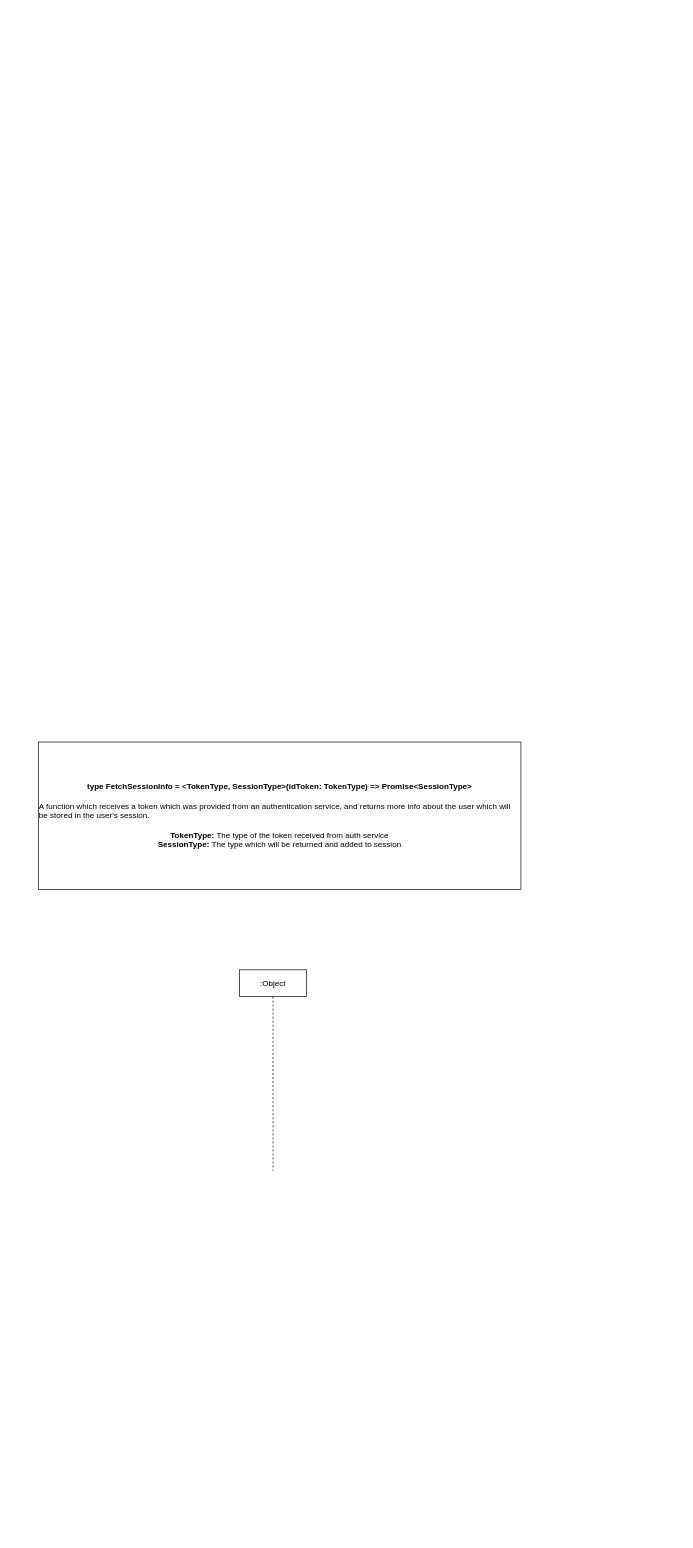
Above: AuthProxyRefactor.drawio in nthurow/draw-io (draw.io), before the change. Source tidied: cells renumbered, new cells numbered last; positions are measured from the earlier drawing's top-left corner, leaving out a move shared by most shapes. Both pictures are drawn from the tidied source at 67%, with x=0, y=0 at pixel (38, 742).
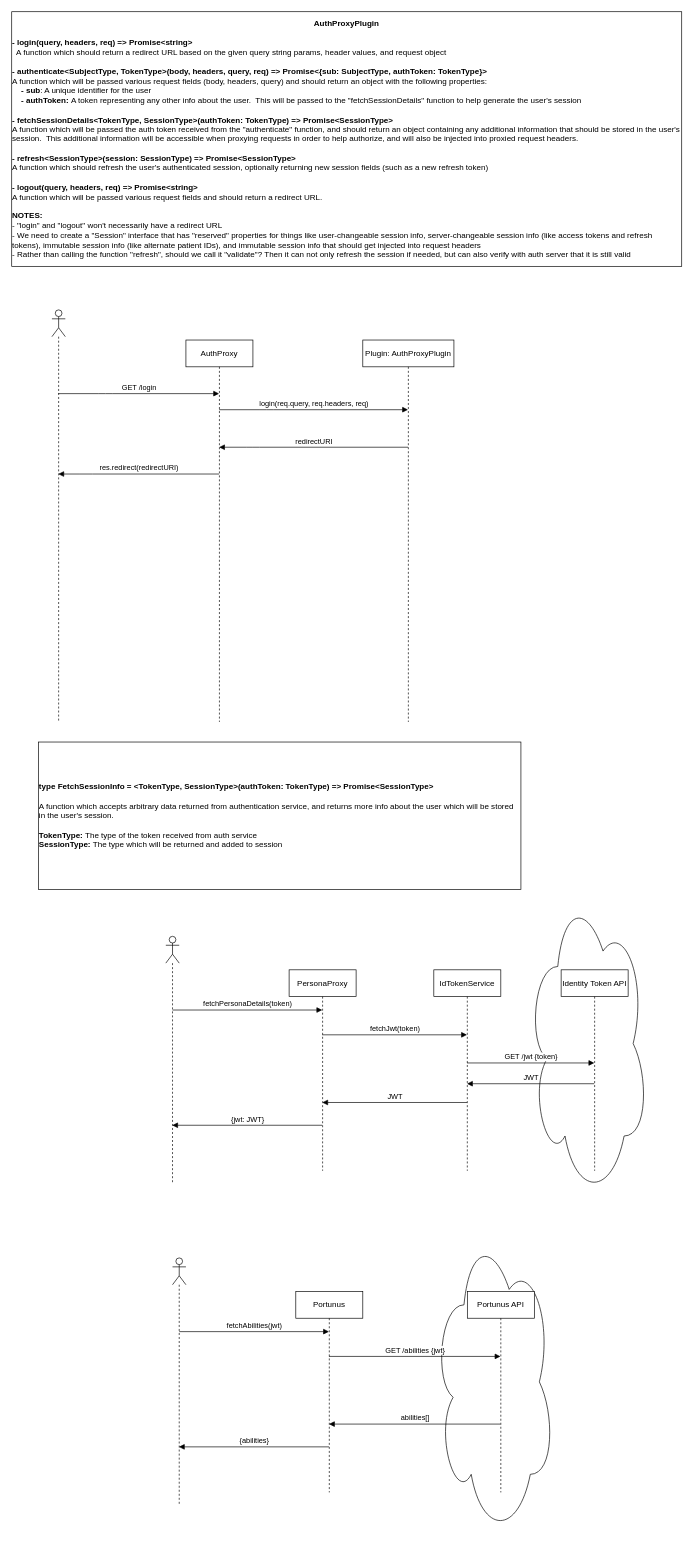
Above is the later version.

What changed in the source:
```diff
@@
+    <mxCell id="4" style="ellipse;shape=cloud;whiteSpace=wrap;html=1;" parent="1" vertex="1">
+      <mxGeometry x="590" y="725" width="180" height="460" as="geometry" />
+    </mxCell>
+    <mxCell id="5" style="ellipse;shape=cloud;whiteSpace=wrap;html=1;" parent="1" vertex="1">
+      <mxGeometry x="730" y="220" width="180" height="460" as="geometry" />
+    </mxCell>
-    <mxCell id="2" value=":Object" style="shape=umlLifeline;perimeter=lifelinePerimeter;whiteSpace=wrap;html=1;outlineConnect=0;" parent="1" vertex="1">
-      <mxGeometry x="300" y="340" width="100" height="300" as="geometry" />
+    <mxCell id="2" value="PersonaProxy" style="shape=umlLifeline;perimeter=lifelinePerimeter;whiteSpace=wrap;html=1;outlineConnect=0;" parent="1" vertex="1">
+      <mxGeometry x="374" y="340" width="100" height="300" as="geometry" />
     </mxCell>
-    <mxCell id="3" value="&lt;b&gt;type FetchSessionInfo = &amp;lt;TokenType, SessionType&amp;gt;(idToken: TokenType) =&amp;gt; Promise&amp;lt;SessionType&amp;gt;&lt;br&gt;&lt;/b&gt;&lt;br&gt;&lt;div style=&quot;text-align: left&quot;&gt;A function which receives a token which was provided from an authentication service, and returns more info about the user which will be stored in the user's session.&lt;/div&gt;&lt;br&gt;&lt;b&gt;TokenType:&lt;/b&gt;&amp;nbsp;The type of the token received from auth service&lt;br&gt;&lt;b&gt;SessionType:&lt;/b&gt;&amp;nbsp;The type which will be returned and added to session" style="rounded=0;whiteSpace=wrap;html=1;" parent="1" vertex="1">
+    <mxCell id="3" value="&lt;div style=&quot;text-align: left&quot;&gt;&lt;b&gt;type FetchSessionInfo = &amp;lt;TokenType, SessionType&amp;gt;(authToken: TokenType) =&amp;gt; Promise&amp;lt;SessionType&amp;gt;&lt;/b&gt;&lt;/div&gt;&lt;br&gt;&lt;div style=&quot;text-align: left&quot;&gt;A function which accepts arbitrary data returned from authentication service, and returns more info about the user which will be stored in the user's session.&lt;/div&gt;&lt;br&gt;&lt;div style=&quot;text-align: left&quot;&gt;&lt;b&gt;TokenType:&lt;/b&gt;&lt;span&gt;&amp;nbsp;The type of the token received from auth service&lt;/span&gt;&lt;/div&gt;&lt;b&gt;&lt;div style=&quot;text-align: left&quot;&gt;&lt;b&gt;SessionType:&lt;/b&gt;&lt;span style=&quot;font-weight: normal&quot;&gt;&amp;nbsp;The type which will be returned and added to session&lt;/span&gt;&lt;/div&gt;&lt;/b&gt;" style="rounded=0;whiteSpace=wrap;html=1;" parent="1" vertex="1">
       <mxGeometry width="720" height="220" as="geometry" />
     </mxCell>
+    <mxCell id="6" style="shape=umlLifeline;participant=umlActor;perimeter=lifelinePerimeter;whiteSpace=wrap;html=1;verticalAlign=top;spacingTop=36;" parent="1" vertex="1">
+      <mxGeometry x="190" y="290" width="20" height="370" as="geometry" />
+    </mxCell>
+    <mxCell id="7" value="fetchPersonaDetails(token)" style="html=1;verticalAlign=bottom;endArrow=block;" parent="6" edge="1" target="2">
+      <mxGeometry relative="1" as="geometry">
+        <mxPoint x="10" y="110" as="sourcePoint" />
+      </mxGeometry>
+    </mxCell>
+    <mxCell id="8" value="IdTokenService" style="shape=umlLifeline;perimeter=lifelinePerimeter;whiteSpace=wrap;html=1;" parent="1" vertex="1">
+      <mxGeometry x="590" y="340" width="100" height="300" as="geometry" />
+    </mxCell>
+    <mxCell id="9" value="fetchJwt(token)" style="html=1;verticalAlign=bottom;endArrow=block;" parent="1" edge="1">
+      <mxGeometry relative="1" as="geometry">
+        <mxPoint x="423.5" y="437" as="sourcePoint" />
+        <mxPoint x="639.5" y="437" as="targetPoint" />
+      </mxGeometry>
+    </mxCell>
+    <mxCell id="10" value="Identity Token API" style="shape=umlLifeline;perimeter=lifelinePerimeter;whiteSpace=wrap;html=1;" parent="1" vertex="1">
+      <mxGeometry x="780" y="340" width="100" height="300" as="geometry" />
+    </mxCell>
+    <mxCell id="11" value="GET /jwt {token}" style="html=1;verticalAlign=bottom;endArrow=block;" parent="1" edge="1">
+      <mxGeometry relative="1" as="geometry">
+        <mxPoint x="639.5" y="479" as="sourcePoint" />
+        <mxPoint x="829.5" y="479" as="targetPoint" />
+      </mxGeometry>
+    </mxCell>
+    <mxCell id="12" value="JWT" style="html=1;verticalAlign=bottom;endArrow=block;" parent="1" edge="1">
+      <mxGeometry relative="1" as="geometry">
+        <mxPoint x="829.5" y="510" as="sourcePoint" />
+        <mxPoint x="639.5" y="510" as="targetPoint" />
+      </mxGeometry>
+    </mxCell>
+    <mxCell id="13" value="JWT" style="html=1;verticalAlign=bottom;endArrow=block;" parent="1" edge="1">
+      <mxGeometry relative="1" as="geometry">
+        <mxPoint x="639.5" y="538" as="sourcePoint" />
+        <mxPoint x="423.5" y="538" as="targetPoint" />
+      </mxGeometry>
+    </mxCell>
+    <mxCell id="14" value="{jwt: JWT}" style="html=1;verticalAlign=bottom;endArrow=block;" parent="1" edge="1">
+      <mxGeometry relative="1" as="geometry">
+        <mxPoint x="423.5" y="572" as="sourcePoint" />
+        <mxPoint x="199.5" y="572" as="targetPoint" />
+      </mxGeometry>
+    </mxCell>
+    <mxCell id="15" value="Portunus" style="shape=umlLifeline;perimeter=lifelinePerimeter;whiteSpace=wrap;html=1;outlineConnect=0;" parent="1" vertex="1">
+      <mxGeometry x="384" y="820" width="100" height="300" as="geometry" />
+    </mxCell>
+    <mxCell id="16" style="shape=umlLifeline;participant=umlActor;perimeter=lifelinePerimeter;whiteSpace=wrap;html=1;verticalAlign=top;spacingTop=36;" parent="1" vertex="1">
+      <mxGeometry x="200" y="770" width="20" height="370" as="geometry" />
+    </mxCell>
+    <mxCell id="17" value="fetchAbilities(jwt)" style="html=1;verticalAlign=bottom;endArrow=block;" parent="16" edge="1" target="15">
+      <mxGeometry relative="1" as="geometry">
+        <mxPoint x="10" y="110" as="sourcePoint" />
+      </mxGeometry>
+    </mxCell>
+    <mxCell id="18" value="GET /abilities {jwt}" style="html=1;verticalAlign=bottom;endArrow=block;" parent="1" edge="1" target="21">
+      <mxGeometry relative="1" as="geometry">
+        <mxPoint x="433.5" y="917" as="sourcePoint" />
+      </mxGeometry>
+    </mxCell>
+    <mxCell id="19" value="abilities[]" style="html=1;verticalAlign=bottom;endArrow=block;" parent="1" edge="1" source="21">
+      <mxGeometry relative="1" as="geometry">
+        <mxPoint x="433.5" y="1018" as="targetPoint" />
+      </mxGeometry>
+    </mxCell>
+    <mxCell id="20" value="{abilities}" style="html=1;verticalAlign=bottom;endArrow=block;" parent="1" edge="1">
+      <mxGeometry relative="1" as="geometry">
+        <mxPoint x="433.5" y="1052" as="sourcePoint" />
+        <mxPoint x="209.5" y="1052" as="targetPoint" />
+      </mxGeometry>
+    </mxCell>
+    <mxCell id="21" value="Portunus API" style="shape=umlLifeline;perimeter=lifelinePerimeter;whiteSpace=wrap;html=1;outlineConnect=0;" parent="1" vertex="1">
+      <mxGeometry x="640" y="820" width="100" height="300" as="geometry" />
+    </mxCell>
+    <mxCell id="22" style="shape=umlLifeline;participant=umlActor;perimeter=lifelinePerimeter;whiteSpace=wrap;html=1;verticalAlign=top;spacingTop=36;outlineConnect=0;" parent="1" vertex="1">
+      <mxGeometry x="20" y="-645" width="20" height="615" as="geometry" />
+    </mxCell>
+    <mxCell id="23" value="AuthProxy" style="shape=umlLifeline;perimeter=lifelinePerimeter;whiteSpace=wrap;html=1;outlineConnect=0;" parent="1" vertex="1">
+      <mxGeometry x="220" y="-600" width="100" height="570" as="geometry" />
+    </mxCell>
+    <mxCell id="24" value="GET /login" style="html=1;verticalAlign=bottom;endArrow=block;" parent="1" edge="1" source="22" target="23">
+      <mxGeometry relative="1" as="geometry">
+        <Array as="points">
+          <mxPoint x="100" y="-520" />
+        </Array>
+      </mxGeometry>
+    </mxCell>
+    <mxCell id="25" value="&lt;b&gt;AuthProxyPlugin&lt;/b&gt;&lt;br&gt;&lt;br&gt;&lt;div style=&quot;text-align: left&quot;&gt;&lt;b&gt;- login(query, headers, req) =&amp;gt; Promise&amp;lt;string&amp;gt;&lt;/b&gt;&lt;/div&gt;&lt;div style=&quot;text-align: left&quot;&gt;&amp;nbsp; A function which should return a redirect URL based on the given query string params, header values, and request object&lt;/div&gt;&lt;div style=&quot;text-align: left&quot;&gt;&lt;br&gt;&lt;/div&gt;&lt;div style=&quot;text-align: left&quot;&gt;&lt;b&gt;- authenticate&amp;lt;SubjectType, TokenType&amp;gt;(body, headers, query, req) =&amp;gt; Promise&amp;lt;{sub: SubjectType, authToken: TokenType}&amp;gt;&lt;/b&gt;&lt;/div&gt;&lt;div style=&quot;text-align: left&quot;&gt;A function which will be passed various request fields (body, headers, query) and should return an object with the following properties:&lt;/div&gt;&lt;div style=&quot;text-align: left&quot;&gt;&amp;nbsp; &amp;nbsp; &lt;b&gt;- sub&lt;/b&gt;: A unique identifier for the user&lt;/div&gt;&lt;div style=&quot;text-align: left&quot;&gt;&amp;nbsp; &amp;nbsp; &lt;b&gt;- authToken:&lt;/b&gt;&amp;nbsp;A token representing any other info about the user.&amp;nbsp; This will be passed to the &quot;fetchSessionDetails&quot; function to help generate the user's session&lt;/div&gt;&lt;div style=&quot;text-align: left&quot;&gt;&lt;br&gt;&lt;/div&gt;&lt;div style=&quot;text-align: left&quot;&gt;&lt;b&gt;- fetchSessionDetails&amp;lt;TokenType, SessionType&amp;gt;(authToken: TokenType) =&amp;gt; Promise&amp;lt;SessionType&amp;gt;&lt;/b&gt;&lt;/div&gt;&lt;div style=&quot;text-align: left&quot;&gt;A function which will be passed the auth token received from the &quot;authenticate&quot; function, and should return an object containing any additional information that should be stored in the user's session.&amp;nbsp; This additional information will be accessible when proxying requests in order to help authorize, and will also be injected into proxied request headers.&lt;/div&gt;&lt;div style=&quot;text-align: left&quot;&gt;&lt;b&gt;&lt;br&gt;&lt;/b&gt;&lt;/div&gt;&lt;div style=&quot;text-align: left&quot;&gt;&lt;b&gt;- refresh&amp;lt;SessionType&amp;gt;(session: SessionType) =&amp;gt; Promise&amp;lt;SessionType&amp;gt;&lt;/b&gt;&lt;/div&gt;&lt;div style=&quot;text-align: left&quot;&gt;A function which should refresh the user's authenticated session, optionally returning new session fields (such as a new refresh token)&lt;/div&gt;&lt;div style=&quot;text-align: left&quot;&gt;&lt;b&gt;&lt;br&gt;&lt;/b&gt;&lt;/div&gt;&lt;div style=&quot;text-align: left&quot;&gt;&lt;b&gt;- logout(query, headers, req) =&amp;gt; Promise&amp;lt;string&amp;gt;&amp;nbsp;&lt;/b&gt;&lt;/div&gt;&lt;div style=&quot;text-align: left&quot;&gt;A function which will be passed various request fields and should return a redirect URL.&lt;/div&gt;&lt;div style=&quot;text-align: left&quot;&gt;&lt;br&gt;&lt;/div&gt;&lt;div style=&quot;text-align: left&quot;&gt;&lt;b&gt;NOTES:&lt;/b&gt;&lt;/div&gt;&lt;div style=&quot;text-align: left&quot;&gt;- &quot;login&quot; and &quot;logout&quot; won't necessarily have a redirect URL&lt;/div&gt;&lt;div style=&quot;text-align: left&quot;&gt;- We need to create a &quot;Session&quot; interface that has &quot;reserved&quot; properties for things like user-changeable session info, server-changeable session info (like access tokens and refresh tokens), immutable session info (like alternate patient IDs), and immutable session info that should get injected into request headers&lt;/div&gt;&lt;div style=&quot;text-align: left&quot;&gt;- Rather than calling the function &quot;refresh&quot;, should we call it &quot;validate&quot;? Then it can not only refresh the session if needed, but can also verify with auth server that it is still valid&lt;/div&gt;" style="rounded=0;whiteSpace=wrap;html=1;" parent="1" vertex="1">
+      <mxGeometry x="-40" y="-1090" width="1000" height="380" as="geometry" />
+    </mxCell>
+    <mxCell id="26" value="Plugin: AuthProxyPlugin" style="shape=umlLifeline;perimeter=lifelinePerimeter;whiteSpace=wrap;html=1;outlineConnect=0;" parent="1" vertex="1">
+      <mxGeometry x="484" y="-600" width="136" height="570" as="geometry" />
+    </mxCell>
+    <mxCell id="27" value="login(req.query, req.headers, req)" style="html=1;verticalAlign=bottom;endArrow=block;" parent="1" edge="1" source="23" target="26">
+      <mxGeometry relative="1" as="geometry">
+        <Array as="points">
+          <mxPoint x="340.5" y="-496" />
+        </Array>
+      </mxGeometry>
+    </mxCell>
+    <mxCell id="28" value="redirectURI" style="html=1;verticalAlign=bottom;endArrow=block;" parent="1" edge="1" source="26" target="23">
+      <mxGeometry relative="1" as="geometry">
+        <Array as="points">
+          <mxPoint x="320" y="-440" />
+        </Array>
+      </mxGeometry>
+    </mxCell>
+    <mxCell id="29" value="res.redirect(redirectURI)" style="html=1;verticalAlign=bottom;endArrow=block;" parent="1" edge="1" source="23" target="22">
+      <mxGeometry relative="1" as="geometry">
+        <Array as="points">
+          <mxPoint x="70.5" y="-400" />
+        </Array>
+      </mxGeometry>
+    </mxCell>
```
